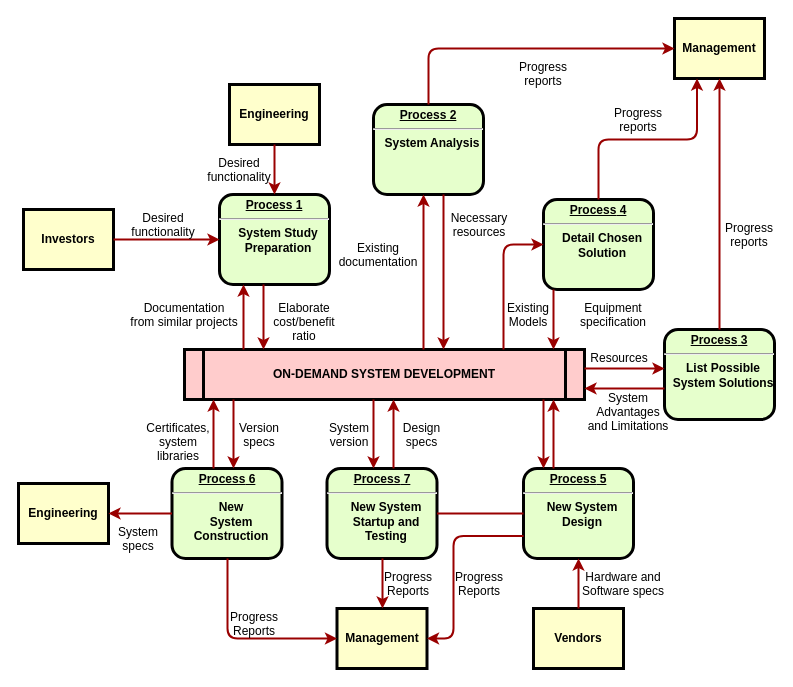
EnigmaAlgorithms/enigmaalgorithms.github.io keeps this draw.io diagram as Untitled Diagram.drawio. Above is the earlier version. Source tidied: cells renumbered, new cells numbered last; positions are measured from the earlier drawing's top-left corner, leaving out a move shared by most shapes. Both pictures are drawn from the tidied source at 100%, with x=0, y=0 at pixel (18, 18).
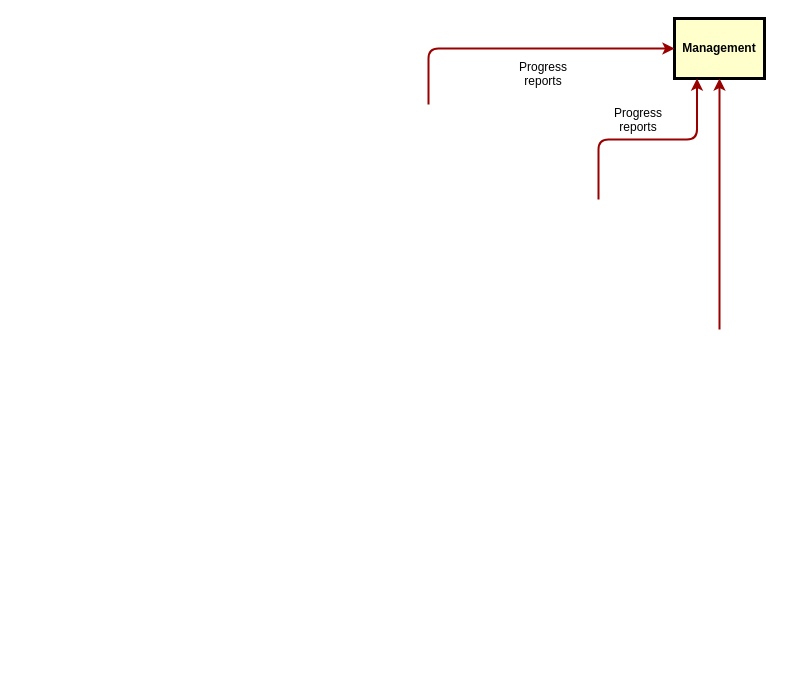
After the change.

The change refers to these unchanged cells:
```xml
<mxCell id="11" value="Management" style="whiteSpace=wrap;align=center;verticalAlign=middle;fontStyle=1;strokeWidth=3;fillColor=#FFFFCC;" parent="1" vertex="1">
  <mxGeometry x="656" width="90" height="60" as="geometry" />
</mxCell>
```

Diff of the diagram source:
```diff
@@
-    <mxCell id="2" value="&lt;p style=&quot;margin: 0px; margin-top: 4px; text-align: center; text-decoration: underline;&quot;&gt;&lt;strong&gt;Process 1&lt;br /&gt;&lt;/strong&gt;&lt;/p&gt;&lt;hr /&gt;&lt;p style=&quot;margin: 0px; margin-left: 8px;&quot;&gt;System Study&lt;/p&gt;&lt;p style=&quot;margin: 0px; margin-left: 8px;&quot;&gt;Preparation&lt;/p&gt;" style="verticalAlign=middle;align=center;overflow=fill;fontSize=12;fontFamily=Helvetica;html=1;rounded=1;fontStyle=1;strokeWidth=3;fillColor=#E6FFCC;" parent="1" vertex="1">
-      <mxGeometry x="201" y="176" width="110" height="90" as="geometry" />
-    </mxCell>
-    <mxCell id="3" value="Engineering" style="whiteSpace=wrap;align=center;verticalAlign=middle;fontStyle=1;strokeWidth=3;fillColor=#FFFFCC;" parent="1" vertex="1">
-      <mxGeometry x="211" y="66" width="90" height="60" as="geometry" />
-    </mxCell>
-    <mxCell id="4" value="Investors" style="whiteSpace=wrap;align=center;verticalAlign=middle;fontStyle=1;strokeWidth=3;fillColor=#FFFFCC;" parent="1" vertex="1">
-      <mxGeometry x="5" y="191" width="90" height="60" as="geometry" />
-    </mxCell>
-    <mxCell id="5" value="ON-DEMAND SYSTEM DEVELOPMENT" style="shape=process;whiteSpace=wrap;align=center;verticalAlign=middle;size=0.0475;fontStyle=1;strokeWidth=3;fillColor=#FFCCCC;" parent="1" vertex="1">
-      <mxGeometry x="166" y="331" width="400" height="50" as="geometry" />
-    </mxCell>
-    <mxCell id="6" value="&lt;p style=&quot;margin: 0px; margin-top: 4px; text-align: center; text-decoration: underline;&quot;&gt;&lt;strong&gt;Process 2&lt;br /&gt;&lt;/strong&gt;&lt;/p&gt;&lt;hr /&gt;&lt;p style=&quot;margin: 0px; margin-left: 8px;&quot;&gt;System Analysis&lt;/p&gt;" style="verticalAlign=middle;align=center;overflow=fill;fontSize=12;fontFamily=Helvetica;html=1;rounded=1;fontStyle=1;strokeWidth=3;fillColor=#E6FFCC;" parent="1" vertex="1">
-      <mxGeometry x="355" y="86" width="110" height="90" as="geometry" />
-    </mxCell>
-    <mxCell id="7" value="&lt;p style=&quot;margin: 0px; margin-top: 4px; text-align: center; text-decoration: underline;&quot;&gt;&lt;strong&gt;&lt;strong&gt;Process&lt;/strong&gt; 3&lt;br /&gt;&lt;/strong&gt;&lt;/p&gt;&lt;hr /&gt;&lt;p style=&quot;margin: 0px; margin-left: 8px;&quot;&gt;List Possible&lt;/p&gt;&lt;p style=&quot;margin: 0px; margin-left: 8px;&quot;&gt;System Solutions&lt;/p&gt;" style="verticalAlign=middle;align=center;overflow=fill;fontSize=12;fontFamily=Helvetica;html=1;rounded=1;fontStyle=1;strokeWidth=3;fillColor=#E6FFCC;" parent="1" vertex="1">
-      <mxGeometry x="646" y="311" width="110" height="90" as="geometry" />
-    </mxCell>
-    <mxCell id="8" value="&lt;p style=&quot;margin: 0px; margin-top: 4px; text-align: center; text-decoration: underline;&quot;&gt;&lt;strong&gt;&lt;strong&gt;Process&lt;/strong&gt; 4&lt;br /&gt;&lt;/strong&gt;&lt;/p&gt;&lt;hr /&gt;&lt;p style=&quot;margin: 0px; margin-left: 8px;&quot;&gt;Detail Chosen&lt;/p&gt;&lt;p style=&quot;margin: 0px; margin-left: 8px;&quot;&gt;Solution&lt;/p&gt;" style="verticalAlign=middle;align=center;overflow=fill;fontSize=12;fontFamily=Helvetica;html=1;rounded=1;fontStyle=1;strokeWidth=3;fillColor=#E6FFCC;" parent="1" vertex="1">
-      <mxGeometry x="525" y="181" width="110" height="90" as="geometry" />
-    </mxCell>
-    <mxCell id="9" value="&lt;p style=&quot;margin: 0px; margin-top: 4px; text-align: center; text-decoration: underline;&quot;&gt;&lt;strong&gt;&lt;strong&gt;Process&lt;/strong&gt; 5&lt;br /&gt;&lt;/strong&gt;&lt;/p&gt;&lt;hr /&gt;&lt;p style=&quot;margin: 0px; margin-left: 8px;&quot;&gt;New System&lt;/p&gt;&lt;p style=&quot;margin: 0px; margin-left: 8px;&quot;&gt;Design&lt;/p&gt;" style="verticalAlign=middle;align=center;overflow=fill;fontSize=12;fontFamily=Helvetica;html=1;rounded=1;fontStyle=1;strokeWidth=3;fillColor=#E6FFCC;" parent="1" vertex="1">
-      <mxGeometry x="505" y="450" width="110" height="90" as="geometry" />
-    </mxCell>
-    <mxCell id="10" value="&lt;p style=&quot;margin: 0px; margin-top: 4px; text-align: center; text-decoration: underline;&quot;&gt;&lt;strong&gt;&lt;strong&gt;Process&lt;/strong&gt; 6&lt;br /&gt;&lt;/strong&gt;&lt;/p&gt;&lt;hr /&gt;&lt;p style=&quot;margin: 0px; margin-left: 8px;&quot;&gt;New&lt;/p&gt;&lt;p style=&quot;margin: 0px; margin-left: 8px;&quot;&gt;System&lt;/p&gt;&lt;p style=&quot;margin: 0px; margin-left: 8px;&quot;&gt;Construction&lt;/p&gt;" style="verticalAlign=middle;align=center;overflow=fill;fontSize=12;fontFamily=Helvetica;html=1;rounded=1;fontStyle=1;strokeWidth=3;fillColor=#E6FFCC;" parent="1" vertex="1">
-      <mxGeometry x="153.5" y="450" width="110" height="90" as="geometry" />
-    </mxCell>
@@
-    <mxCell id="12" value="Management" style="whiteSpace=wrap;align=center;verticalAlign=middle;fontStyle=1;strokeWidth=3;fillColor=#FFFFCC;" parent="1" vertex="1">
-      <mxGeometry x="318.5" y="590" width="90" height="60" as="geometry" />
-    </mxCell>
-    <mxCell id="13" value="Engineering" style="whiteSpace=wrap;align=center;verticalAlign=middle;fontStyle=1;strokeWidth=3;fillColor=#FFFFCC;" parent="1" vertex="1">
-      <mxGeometry y="465" width="90" height="60" as="geometry" />
-    </mxCell>
-    <mxCell id="14" value="Vendors" style="whiteSpace=wrap;align=center;verticalAlign=middle;fontStyle=1;strokeWidth=3;fillColor=#FFFFCC;" parent="1" vertex="1">
-      <mxGeometry x="515" y="590" width="90" height="60" as="geometry" />
-    </mxCell>
-    <mxCell id="15" style="edgeStyle=none;noEdgeStyle=1;strokeColor=#990000;strokeWidth=2;" parent="1" edge="1" source="3" target="2">
-      <mxGeometry relative="1" as="geometry" />
-    </mxCell>
-    <mxCell id="16" style="edgeStyle=none;noEdgeStyle=1;strokeColor=#990000;strokeWidth=2;" parent="1" edge="1" source="4" target="2">
-      <mxGeometry relative="1" as="geometry" />
-    </mxCell>
-    <mxCell id="17" value="&lt;p style=&quot;margin: 0px; margin-top: 4px; text-align: center; text-decoration: underline;&quot;&gt;&lt;strong&gt;&lt;strong&gt;Process&lt;/strong&gt; 7&lt;br /&gt;&lt;/strong&gt;&lt;/p&gt;&lt;hr /&gt;&lt;p style=&quot;margin: 0px; margin-left: 8px;&quot;&gt;New System&lt;/p&gt;&lt;p style=&quot;margin: 0px; margin-left: 8px;&quot;&gt;Startup and&lt;/p&gt;&lt;p style=&quot;margin: 0px; margin-left: 8px;&quot;&gt;Testing&lt;/p&gt;" style="verticalAlign=middle;align=center;overflow=fill;fontSize=12;fontFamily=Helvetica;html=1;rounded=1;fontStyle=1;strokeWidth=3;fillColor=#E6FFCC;" parent="1" vertex="1">
-      <mxGeometry x="308.5" y="450" width="110" height="90" as="geometry" />
-    </mxCell>
-    <mxCell id="18" style="endArrow=none;noEdgeStyle=1;strokeColor=#990000;strokeWidth=2;" parent="1" edge="1" source="9" target="17">
-      <mxGeometry relative="1" as="geometry" />
-    </mxCell>
-    <mxCell id="19" value="Desired &#10;functionality" style="text;spacingTop=-5;align=center;" parent="1" vertex="1">
-      <mxGeometry x="130" y="191" width="30" height="20" as="geometry" />
-    </mxCell>
-    <mxCell id="20" value="Desired &#10;functionality" style="text;spacingTop=-5;align=center;" parent="1" vertex="1">
-      <mxGeometry x="206" y="136" width="30" height="20" as="geometry" />
-    </mxCell>
-    <mxCell id="21" value="Documentation&#10;from similar projects" style="text;spacingTop=-5;align=center;" parent="1" vertex="1">
-      <mxGeometry x="151" y="281" width="30" height="20" as="geometry" />
-    </mxCell>
-    <mxCell id="22" style="edgeStyle=elbowEdgeStyle;elbow=horizontal;strokeColor=#990000;strokeWidth=2;" parent="1" edge="1" source="5" target="2">
-      <mxGeometry relative="1" as="geometry">
-        <Array as="points">
-          <mxPoint x="225" y="310" />
-        </Array>
-      </mxGeometry>
-    </mxCell>
-    <mxCell id="23" style="edgeStyle=elbowEdgeStyle;elbow=horizontal;strokeColor=#990000;strokeWidth=2;" parent="1" edge="1" source="2" target="5">
-      <mxGeometry relative="1" as="geometry">
-        <Array as="points">
-          <mxPoint x="245" y="300" />
-        </Array>
-      </mxGeometry>
-    </mxCell>
-    <mxCell id="24" value="Elaborate&#10;cost/benefit&#10;ratio" style="text;spacingTop=-5;align=center;" parent="1" vertex="1">
-      <mxGeometry x="271" y="281" width="30" height="20" as="geometry" />
-    </mxCell>
-    <mxCell id="25" style="edgeStyle=elbowEdgeStyle;elbow=horizontal;strokeColor=#990000;strokeWidth=2;" parent="1" edge="1" source="5" target="6">
-      <mxGeometry relative="1" as="geometry">
-        <Array as="points">
-          <mxPoint x="405" y="250" />
-        </Array>
-      </mxGeometry>
-    </mxCell>
-    <mxCell id="26" style="edgeStyle=elbowEdgeStyle;elbow=horizontal;strokeColor=#990000;strokeWidth=2;" parent="1" edge="1" source="6" target="5">
-      <mxGeometry relative="1" as="geometry">
-        <Array as="points">
-          <mxPoint x="425" y="260" />
-        </Array>
-      </mxGeometry>
-    </mxCell>
-    <mxCell id="27" value="Existing&#10;documentation" style="text;spacingTop=-5;align=center;" parent="1" vertex="1">
-      <mxGeometry x="345" y="221" width="30" height="20" as="geometry" />
-    </mxCell>
-    <mxCell id="28" value="Necessary&#10;resources" style="text;spacingTop=-5;align=center;" parent="1" vertex="1">
-      <mxGeometry x="446" y="191" width="30" height="20" as="geometry" />
-    </mxCell>
@@
-    <mxCell id="31" value="Progress&#10;reports" style="text;spacingTop=-5;align=center;" parent="1" vertex="1">
-      <mxGeometry x="716" y="201" width="30" height="20" as="geometry" />
-    </mxCell>
-    <mxCell id="32" style="edgeStyle=elbowEdgeStyle;elbow=horizontal;strokeColor=#990000;strokeWidth=2;" parent="1" edge="1" source="6" target="11">
+    <mxCell id="32" style="edgeStyle=elbowEdgeStyle;elbow=horizontal;strokeColor=#990000;strokeWidth=2;" parent="1" edge="1" target="11">
       <mxGeometry relative="1" as="geometry">
+        <mxPoint x="410" y="86" as="sourcePoint" />
         <Array as="points">
           <mxPoint x="410" y="80" />
         </Array>
       </mxGeometry>
     </mxCell>
-    <mxCell id="33" style="edgeStyle=elbowEdgeStyle;elbow=vertical;entryX=0.25;entryY=1;strokeColor=#990000;strokeWidth=2;" parent="1" edge="1" source="8" target="11">
-      <mxGeometry relative="1" as="geometry" />
+    <mxCell id="33" style="edgeStyle=elbowEdgeStyle;elbow=vertical;entryX=0.25;entryY=1;strokeColor=#990000;strokeWidth=2;" parent="1" edge="1" target="11">
+      <mxGeometry relative="1" as="geometry">
+        <mxPoint x="580" y="181" as="sourcePoint" />
+      </mxGeometry>
     </mxCell>
-    <mxCell id="34" style="edgeStyle=elbowEdgeStyle;elbow=horizontal;strokeColor=#990000;strokeWidth=2;" parent="1" edge="1" source="7" target="11">
-      <mxGeometry relative="1" as="geometry" />
+    <mxCell id="34" style="edgeStyle=elbowEdgeStyle;elbow=horizontal;strokeColor=#990000;strokeWidth=2;" parent="1" edge="1" target="11">
+      <mxGeometry relative="1" as="geometry">
+        <mxPoint x="701" y="311" as="sourcePoint" />
+      </mxGeometry>
     </mxCell>
-    <mxCell id="35" style="edgeStyle=elbowEdgeStyle;elbow=horizontal;strokeColor=#990000;strokeWidth=2;" parent="1" edge="1" source="8" target="5">
-      <mxGeometry relative="1" as="geometry">
-        <Array as="points">
-          <mxPoint x="535" y="300" />
-        </Array>
-      </mxGeometry>
-    </mxCell>
-    <mxCell id="36" style="edgeStyle=segmentEdgeStyle;strokeColor=#990000;strokeWidth=2;" parent="1" edge="1" source="5" target="8">
-      <mxGeometry relative="1" as="geometry">
-        <Array as="points">
-          <mxPoint x="485" y="226" />
-        </Array>
-      </mxGeometry>
-    </mxCell>
-    <mxCell id="37" value="Existing&#10;Models" style="text;spacingTop=-5;align=center;" parent="1" vertex="1">
-      <mxGeometry x="495" y="281" width="30" height="20" as="geometry" />
-    </mxCell>
-    <mxCell id="38" value="Equipment&#10;specification" style="text;spacingTop=-5;align=center;" parent="1" vertex="1">
-      <mxGeometry x="580" y="281" width="30" height="20" as="geometry" />
-    </mxCell>
-    <mxCell id="39" style="edgeStyle=elbowEdgeStyle;elbow=vertical;strokeColor=#990000;strokeWidth=2;" parent="1" edge="1" source="5" target="7">
-      <mxGeometry relative="1" as="geometry">
-        <Array as="points">
-          <mxPoint x="615" y="350" />
-        </Array>
-      </mxGeometry>
-    </mxCell>
-    <mxCell id="40" style="edgeStyle=elbowEdgeStyle;elbow=vertical;strokeColor=#990000;strokeWidth=2;" parent="1" edge="1" source="7" target="5">
-      <mxGeometry relative="1" as="geometry">
-        <Array as="points">
-          <mxPoint x="615" y="370" />
-        </Array>
-      </mxGeometry>
-    </mxCell>
-    <mxCell id="41" value="Resources" style="text;spacingTop=-5;align=center;" parent="1" vertex="1">
-      <mxGeometry x="586" y="331" width="30" height="20" as="geometry" />
-    </mxCell>
-    <mxCell id="42" value="System &#10;Advantages &#10;and Limitations" style="text;spacingTop=-5;align=center;" parent="1" vertex="1">
-      <mxGeometry x="595" y="371" width="30" height="20" as="geometry" />
-    </mxCell>
-    <mxCell id="43" style="edgeStyle=elbowEdgeStyle;elbow=horizontal;strokeColor=#990000;strokeWidth=2;" parent="1" edge="1" source="9" target="5">
-      <mxGeometry relative="1" as="geometry">
-        <Array as="points">
-          <mxPoint x="535" y="410" />
-        </Array>
-      </mxGeometry>
-    </mxCell>
-    <mxCell id="44" style="edgeStyle=elbowEdgeStyle;elbow=horizontal;strokeColor=#990000;strokeWidth=2;" parent="1" edge="1" source="5" target="9">
-      <mxGeometry relative="1" as="geometry">
-        <Array as="points">
-          <mxPoint x="525" y="420" />
-        </Array>
-      </mxGeometry>
-    </mxCell>
-    <mxCell id="45" style="edgeStyle=elbowEdgeStyle;elbow=horizontal;strokeColor=#990000;strokeWidth=2;" parent="1" edge="1" source="14" target="9">
-      <mxGeometry relative="1" as="geometry" />
-    </mxCell>
-    <mxCell id="46" value="Hardware and&#10;Software specs" style="text;spacingTop=-5;align=center;" parent="1" vertex="1">
-      <mxGeometry x="590" y="550" width="30" height="20" as="geometry" />
-    </mxCell>
-    <mxCell id="47" style="edgeStyle=elbowEdgeStyle;elbow=horizontal;exitX=0;exitY=0.75;strokeColor=#990000;strokeWidth=2;" parent="1" edge="1" source="9" target="12">
-      <mxGeometry relative="1" as="geometry">
-        <Array as="points">
-          <mxPoint x="435" y="570" />
-        </Array>
-      </mxGeometry>
-    </mxCell>
-    <mxCell id="48" value="Progress&#10;Reports" style="text;spacingTop=-5;align=center;" parent="1" vertex="1">
-      <mxGeometry x="446" y="550" width="30" height="20" as="geometry" />
-    </mxCell>
-    <mxCell id="49" style="edgeStyle=elbowEdgeStyle;elbow=horizontal;strokeColor=#990000;strokeWidth=2;" parent="1" edge="1" source="17" target="12">
-      <mxGeometry relative="1" as="geometry" />
-    </mxCell>
-    <mxCell id="50" value="Progress&#10;Reports" style="text;spacingTop=-5;align=center;" parent="1" vertex="1">
-      <mxGeometry x="375" y="550" width="30" height="20" as="geometry" />
-    </mxCell>
-    <mxCell id="51" style="edgeStyle=elbowEdgeStyle;elbow=horizontal;strokeColor=#990000;strokeWidth=2;" parent="1" edge="1" source="10" target="12">
-      <mxGeometry relative="1" as="geometry">
-        <Array as="points">
-          <mxPoint x="209" y="570" />
-        </Array>
-      </mxGeometry>
-    </mxCell>
-    <mxCell id="52" value="Progress&#10;Reports" style="text;spacingTop=-5;align=center;" parent="1" vertex="1">
-      <mxGeometry x="221" y="590" width="30" height="20" as="geometry" />
-    </mxCell>
-    <mxCell id="53" style="edgeStyle=elbowEdgeStyle;elbow=vertical;strokeColor=#990000;strokeWidth=2;" parent="1" edge="1" source="10" target="13">
-      <mxGeometry relative="1" as="geometry" />
-    </mxCell>
-    <mxCell id="54" style="edgeStyle=elbowEdgeStyle;elbow=horizontal;strokeColor=#990000;strokeWidth=2;" parent="1" edge="1" source="5" target="17">
-      <mxGeometry relative="1" as="geometry">
-        <Array as="points">
-          <mxPoint x="355" y="410" />
-        </Array>
-      </mxGeometry>
-    </mxCell>
-    <mxCell id="55" style="edgeStyle=elbowEdgeStyle;elbow=horizontal;strokeColor=#990000;strokeWidth=2;" parent="1" edge="1" source="17" target="5">
-      <mxGeometry relative="1" as="geometry">
-        <Array as="points">
-          <mxPoint x="375" y="410" />
-        </Array>
-      </mxGeometry>
-    </mxCell>
-    <mxCell id="56" value="Version&#10;specs" style="text;spacingTop=-5;align=center;" parent="1" vertex="1">
-      <mxGeometry x="226" y="401" width="30" height="20" as="geometry" />
-    </mxCell>
-    <mxCell id="57" value="Certificates,&#10;system&#10;libraries" style="text;spacingTop=-5;align=center;" parent="1" vertex="1">
-      <mxGeometry x="145" y="401" width="30" height="20" as="geometry" />
-    </mxCell>
-    <mxCell id="58" style="edgeStyle=elbowEdgeStyle;elbow=horizontal;strokeColor=#990000;strokeWidth=2;" parent="1" edge="1" source="5" target="10">
-      <mxGeometry relative="1" as="geometry">
-        <Array as="points">
-          <mxPoint x="215" y="410" />
-        </Array>
-      </mxGeometry>
-    </mxCell>
-    <mxCell id="59" style="edgeStyle=elbowEdgeStyle;elbow=horizontal;strokeColor=#990000;strokeWidth=2;" parent="1" edge="1" source="10" target="5">
-      <mxGeometry relative="1" as="geometry">
-        <Array as="points">
-          <mxPoint x="195" y="410" />
-        </Array>
-      </mxGeometry>
-    </mxCell>
-    <mxCell id="60" value="System&#10;specs" style="text;spacingTop=-5;align=center;" parent="1" vertex="1">
-      <mxGeometry x="105" y="505" width="30" height="20" as="geometry" />
-    </mxCell>
-    <mxCell id="61" value="Design&#10;specs" style="text;spacingTop=-5;align=center;" parent="1" vertex="1">
-      <mxGeometry x="388.5" y="401" width="30" height="20" as="geometry" />
-    </mxCell>
-    <mxCell id="62" value="System&#10;version" style="text;spacingTop=-5;align=center;" parent="1" vertex="1">
-      <mxGeometry x="316" y="401" width="30" height="20" as="geometry" />
-    </mxCell>
```
